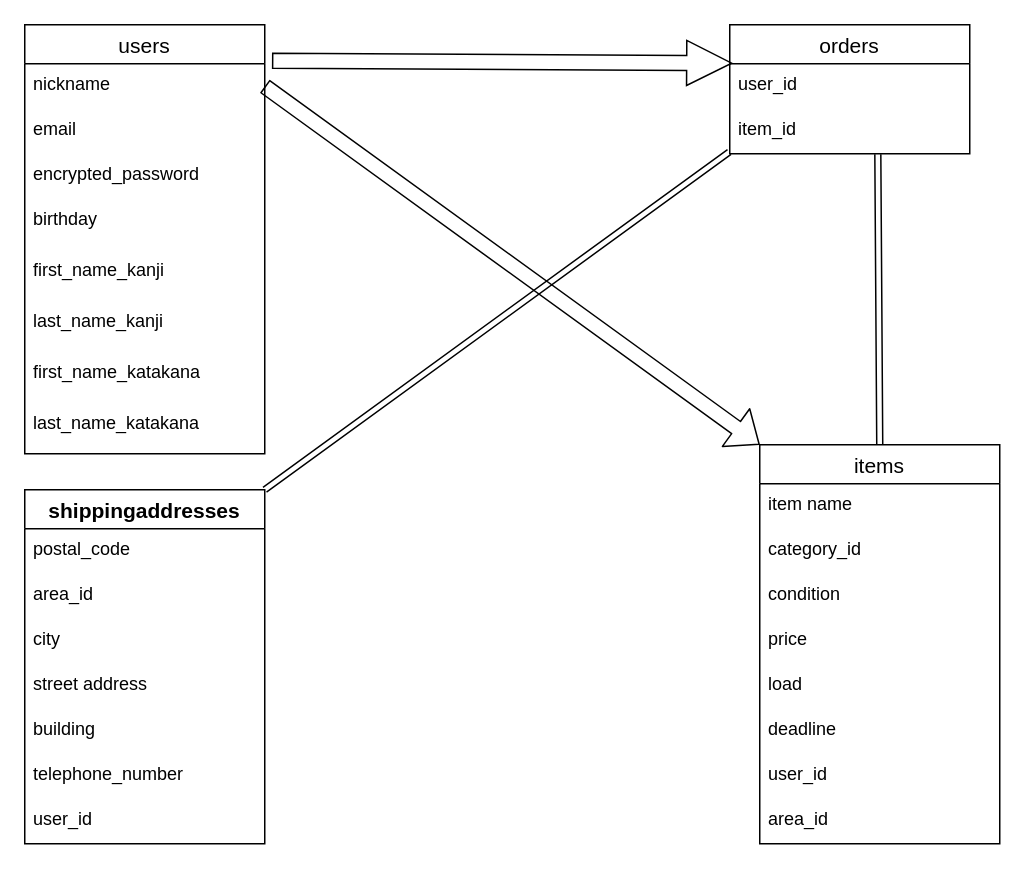
Earlier version of the draw.io diagram .dio (Banyan083214/furima-40391). Source tidied: cells renumbered, new cells numbered last; positions are measured from the earlier drawing's top-left corner, leaving out a move shared by most shapes. Both pictures are drawn from the tidied source at 150%, with x=0, y=0 at pixel (24, 24).
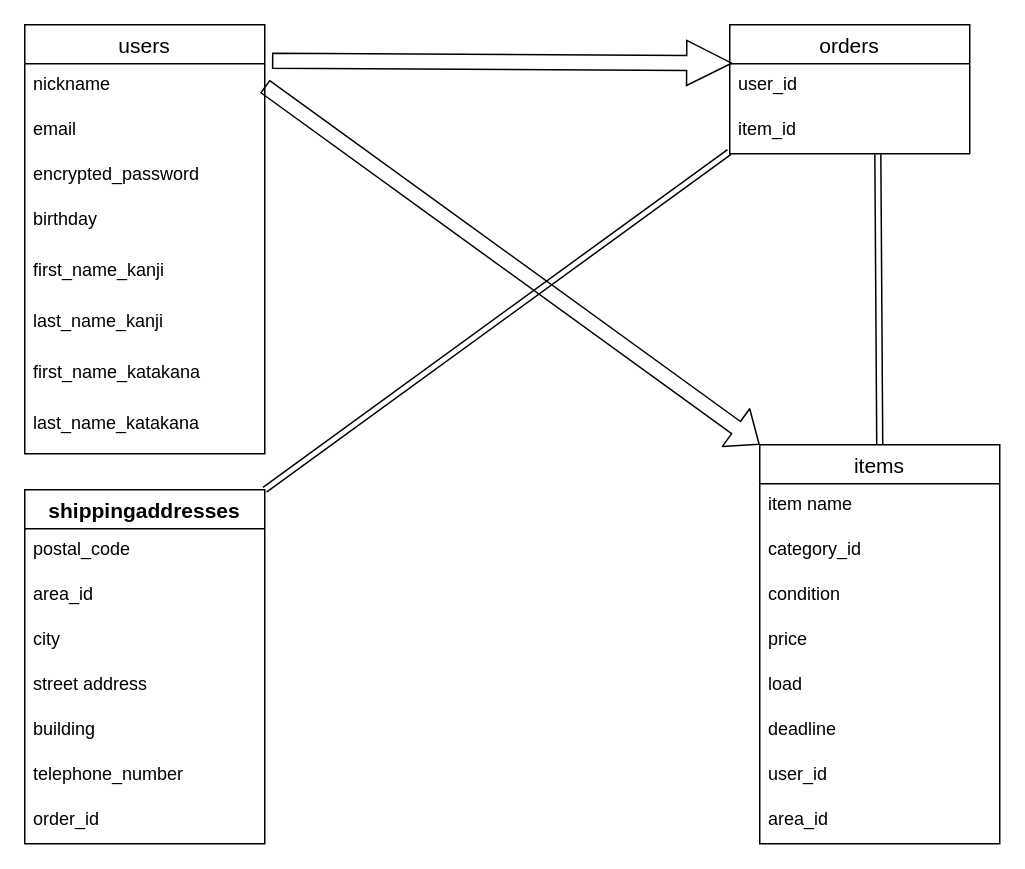
Above is the later version.

Commit message (it also covers changes not shown here):
3回目の修正

The change refers to these unchanged cells:
```xml
<mxCell id="21" value="shippingaddresses" style="swimlane;fontStyle=1;horizontal=1;startSize=26;align=center;fontSize=14;" parent="1" vertex="1">
  <mxGeometry y="310" width="160" height="236" as="geometry" />
</mxCell>
```

What changed in the source:
```diff
@@
-    <mxCell id="28" value="user_id" style="text;strokeColor=none;fillColor=none;spacingLeft=4;spacingRight=4;overflow=hidden;fontSize=12;" parent="21" vertex="1">
+    <mxCell id="28" value="order_id" style="text;strokeColor=none;fillColor=none;spacingLeft=4;spacingRight=4;overflow=hidden;fontSize=12;" parent="21" vertex="1">
       <mxGeometry y="206" width="160" height="30" as="geometry" />
     </mxCell>
```
